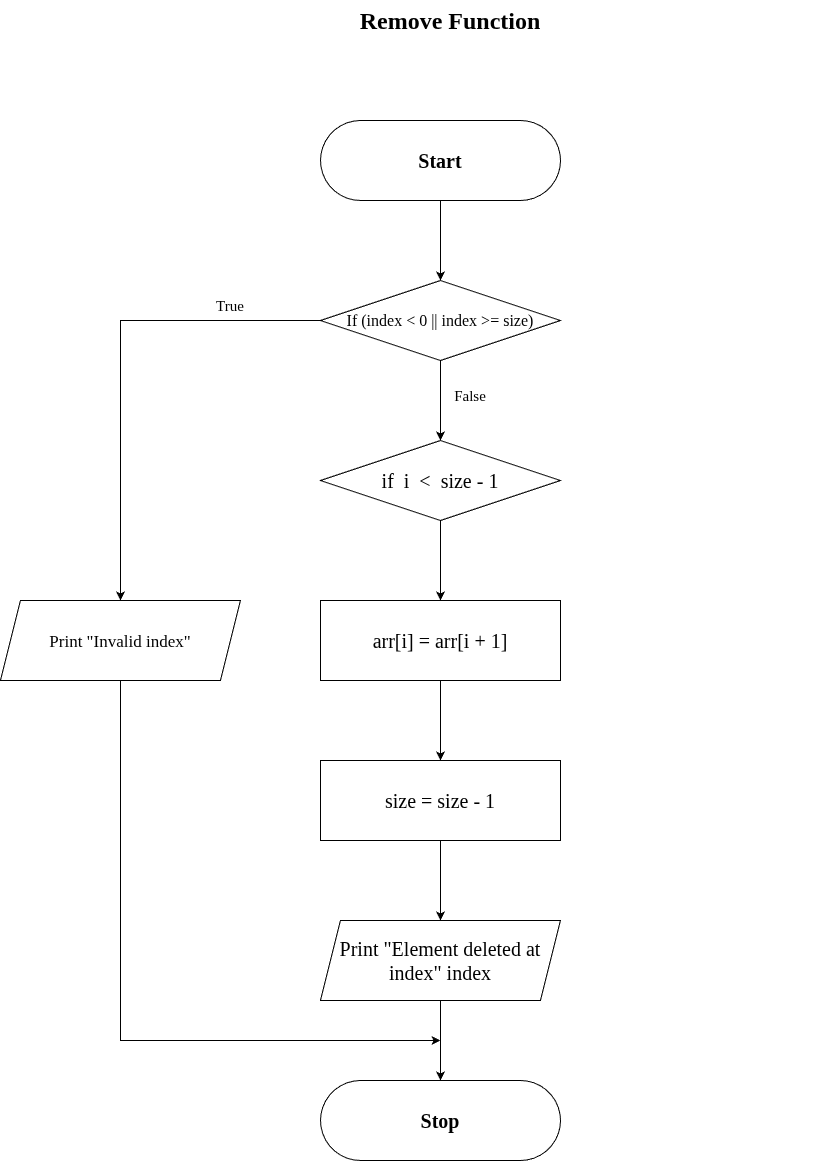
VIGNESHWAR2058/Record-3-and-4 keeps this draw.io diagram as ImplementArray/FlowchartForFunctions/FlowchartRemoveFn.drawio.png. Above is the earlier version. Source tidied: cells renumbered, new cells last; positions are measured from the earlier drawing's top-left corner, leaving out a move shared by most shapes.
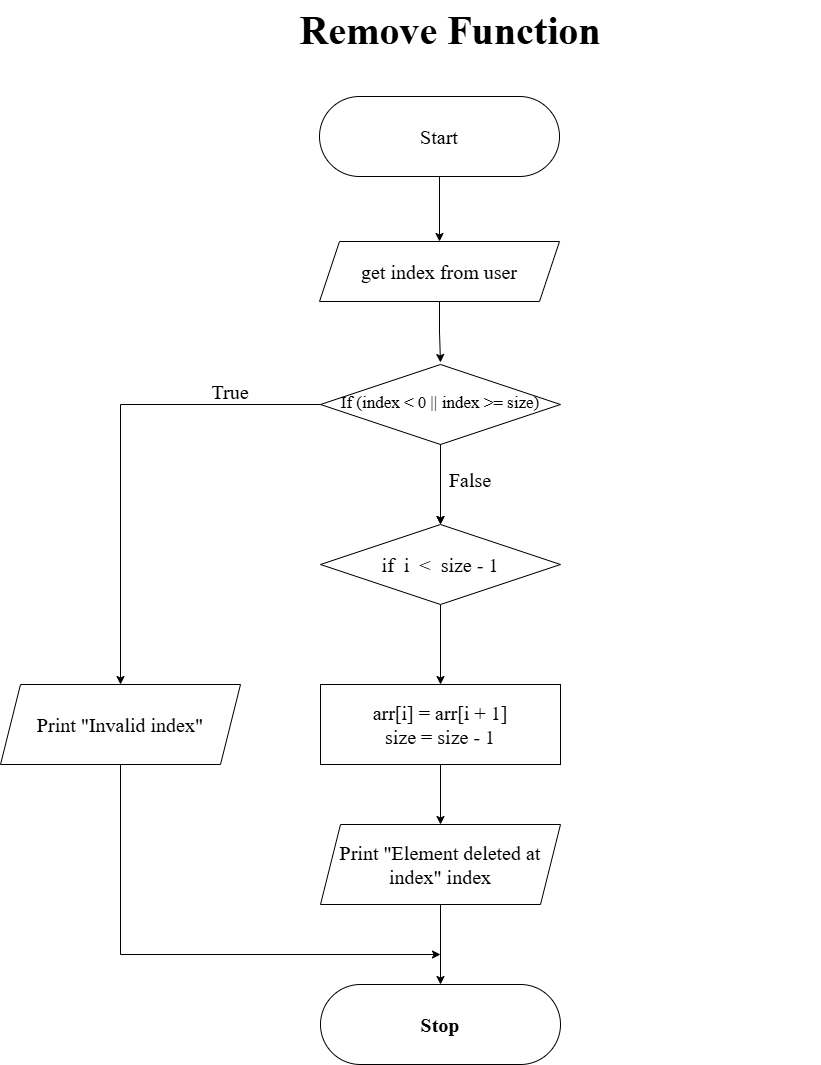
After the commit.

The edit, as a diff of the source:
```diff
@@ -2,95 +2,94 @@
   <root>
     <mxCell id="0" />
     <mxCell id="1" parent="0" />
-    <mxCell id="2" value="&lt;h1 style=&quot;margin-top: 0px;&quot;&gt;Remove Function&lt;/h1&gt;" style="text;html=1;whiteSpace=wrap;overflow=hidden;rounded=0;align=center;fontFamily=Times New Roman;" parent="1" vertex="1">
-      <mxGeometry x="80" width="740" height="60" as="geometry" />
+    <mxCell id="2" value="&lt;h1 style=&quot;margin-top: 0px;&quot;&gt;Remove Function&lt;/h1&gt;" style="text;html=1;whiteSpace=wrap;overflow=hidden;rounded=0;align=center;fontFamily=Times New Roman;fontSize=20;" parent="1" vertex="1">
+      <mxGeometry x="80" y="-11" width="740" height="60" as="geometry" />
     </mxCell>
+    <mxCell id="29" style="edgeStyle=orthogonalEdgeStyle;rounded=0;jettySize=auto;html=1;" parent="1" edge="1" source="3" target="33">
+      <mxGeometry relative="1" as="geometry" />
+    </mxCell>
-    <mxCell id="3" style="rounded=1;whiteSpace=wrap;html=1;arcSize=50;fontFamily=Times New Roman;" parent="1" vertex="1">
-      <mxGeometry x="320" y="120" width="240" height="80" as="geometry" />
+    <mxCell id="3" value="Start" style="rounded=1;whiteSpace=wrap;html=1;arcSize=50;fontFamily=Times New Roman;fontSize=20;" parent="1" vertex="1">
+      <mxGeometry x="319" y="85" width="240" height="80" as="geometry" />
     </mxCell>
-    <mxCell id="4" style="edgeStyle=orthogonalEdgeStyle;rounded=0;jettySize=auto;html=1;fontFamily=Times New Roman;" parent="1" edge="1" source="5" target="9">
-      <mxGeometry relative="1" as="geometry" />
-    </mxCell>
-    <mxCell id="5" value="&lt;b&gt;Start&lt;/b&gt;" style="text;html=1;whiteSpace=wrap;strokeColor=none;fillColor=none;align=center;verticalAlign=middle;rounded=0;fontSize=20;fontFamily=Times New Roman;" parent="1" vertex="1">
-      <mxGeometry x="320" y="120" width="240" height="80" as="geometry" />
-    </mxCell>
-    <mxCell id="6" style="rhombus;whiteSpace=wrap;html=1;fontFamily=Times New Roman;" parent="1" vertex="1">
-      <mxGeometry x="320" y="280" width="240" height="80" as="geometry" />
+    <mxCell id="6" style="rhombus;whiteSpace=wrap;html=1;fontFamily=Times New Roman;fontSize=20;" parent="1" vertex="1">
+      <mxGeometry x="320" y="353" width="240" height="80" as="geometry" />
     </mxCell>
-    <mxCell id="7" style="edgeStyle=orthogonalEdgeStyle;rounded=0;jettySize=auto;html=1;fontFamily=Times New Roman;" parent="1" edge="1" source="9">
+    <mxCell id="7" style="edgeStyle=orthogonalEdgeStyle;rounded=0;orthogonalLoop=1;jettySize=auto;html=1;fontFamily=Times New Roman;fontSize=20;" parent="1" edge="1">
       <mxGeometry relative="1" as="geometry">
-        <mxPoint x="440" y="440" as="targetPoint" />
+        <mxPoint x="440" y="433" as="sourcePoint" />
+        <mxPoint x="440" y="513" as="targetPoint" />
       </mxGeometry>
     </mxCell>
-    <mxCell id="8" style="edgeStyle=orthogonalEdgeStyle;rounded=0;jettySize=auto;html=1;exitX=0;exitY=0.5;exitDx=0;exitDy=0;entryX=0.5;entryY=0;entryDx=0;entryDy=0;fontFamily=Times New Roman;" parent="1" edge="1" source="9" target="15">
-      <mxGeometry relative="1" as="geometry" />
+    <mxCell id="8" style="edgeStyle=orthogonalEdgeStyle;rounded=0;orthogonalLoop=1;jettySize=auto;html=1;exitX=0;exitY=0.5;exitDx=0;exitDy=0;entryX=0.5;entryY=0;entryDx=0;entryDy=0;fontFamily=Times New Roman;fontSize=20;" parent="1" edge="1">
+      <mxGeometry relative="1" as="geometry">
+        <mxPoint x="320" y="393" as="sourcePoint" />
+        <mxPoint x="120" y="673" as="targetPoint" />
+      </mxGeometry>
     </mxCell>
-    <mxCell id="9" value="&lt;font&gt;If (index &amp;lt; 0 || index &amp;gt;= size)&lt;/font&gt;" style="text;html=1;whiteSpace=wrap;strokeColor=none;fillColor=none;align=center;verticalAlign=middle;rounded=0;fontSize=16;fontFamily=Times New Roman;" parent="1" vertex="1">
-      <mxGeometry x="320" y="280" width="240" height="80" as="geometry" />
+    <mxCell id="9" value="&lt;font&gt;If (index &amp;lt; 0 || index &amp;gt;= size)&lt;/font&gt;" style="text;html=1;whiteSpace=wrap;strokeColor=none;fillColor=none;align=center;verticalAlign=middle;rounded=0;fontSize=17;fontFamily=Times New Roman;" parent="1" vertex="1">
+      <mxGeometry x="320" y="351" width="240" height="82" as="geometry" />
     </mxCell>
-    <mxCell id="10" style="rounded=1;whiteSpace=wrap;html=1;arcSize=50;fontFamily=Times New Roman;" parent="1" vertex="1">
-      <mxGeometry x="320" y="1080" width="240" height="80" as="geometry" />
+    <mxCell id="10" style="rounded=1;whiteSpace=wrap;html=1;arcSize=50;fontFamily=Times New Roman;fontSize=20;" parent="1" vertex="1">
+      <mxGeometry x="320" y="973" width="240" height="80" as="geometry" />
     </mxCell>
     <mxCell id="11" value="&lt;b&gt;Stop&lt;/b&gt;" style="text;html=1;whiteSpace=wrap;strokeColor=none;fillColor=none;align=center;verticalAlign=middle;rounded=0;fontSize=20;fontFamily=Times New Roman;" parent="1" vertex="1">
-      <mxGeometry x="320" y="1080" width="240" height="80" as="geometry" />
+      <mxGeometry x="320" y="973" width="240" height="80" as="geometry" />
     </mxCell>
-    <mxCell id="12" style="edgeStyle=orthogonalEdgeStyle;rounded=0;jettySize=auto;html=1;fontFamily=Times New Roman;" parent="1" edge="1" target="19">
+    <mxCell id="12" style="edgeStyle=orthogonalEdgeStyle;rounded=0;jettySize=auto;html=1;fontFamily=Times New Roman;fontSize=20;" parent="1" edge="1" target="19">
       <mxGeometry relative="1" as="geometry">
-        <mxPoint x="440" y="360" as="sourcePoint" />
+        <mxPoint x="440" y="433" as="sourcePoint" />
       </mxGeometry>
     </mxCell>
-    <mxCell id="13" style="shape=parallelogram;perimeter=parallelogramPerimeter;whiteSpace=wrap;html=1;fixedSize=1;fontFamily=Times New Roman;" parent="1" vertex="1">
-      <mxGeometry y="600" width="240" height="80" as="geometry" />
+    <mxCell id="13" style="shape=parallelogram;perimeter=parallelogramPerimeter;whiteSpace=wrap;html=1;fixedSize=1;fontFamily=Times New Roman;fontSize=20;" parent="1" vertex="1">
+      <mxGeometry y="673" width="240" height="80" as="geometry" />
     </mxCell>
-    <mxCell id="14" style="edgeStyle=orthogonalEdgeStyle;rounded=0;jettySize=auto;html=1;exitX=0.5;exitY=1;exitDx=0;exitDy=0;fontFamily=Times New Roman;" parent="1" edge="1" source="15">
-      <mxGeometry relative="1" as="geometry">
-        <mxPoint x="440" y="1040" as="targetPoint" />
-        <Array as="points">
-          <mxPoint x="120" y="1040" />
-        </Array>
-      </mxGeometry>
-    </mxCell>
+    <mxCell id="30" style="edgeStyle=orthogonalEdgeStyle;rounded=0;orthogonalLoop=1;jettySize=auto;html=1;fontFamily=Times New Roman;fontSize=20;" parent="1" edge="1">
+      <mxGeometry relative="1" as="geometry">
+        <mxPoint x="120" y="753" as="sourcePoint" />
+        <mxPoint x="440" y="943" as="targetPoint" />
+        <Array as="points">
+          <mxPoint x="120" y="943" />
+        </Array>
+      </mxGeometry>
+    </mxCell>
-    <mxCell id="15" value="&lt;font style=&quot;font-size: 17px;&quot;&gt;Print &quot;Invalid index&quot;&lt;/font&gt;" style="text;html=1;whiteSpace=wrap;strokeColor=none;fillColor=none;align=center;verticalAlign=middle;rounded=0;fontSize=20;fontFamily=Times New Roman;" parent="1" vertex="1">
-      <mxGeometry y="600" width="240" height="80" as="geometry" />
+    <mxCell id="15" value="&lt;font&gt;Print &quot;Invalid index&quot;&lt;/font&gt;" style="text;html=1;whiteSpace=wrap;strokeColor=none;fillColor=none;align=center;verticalAlign=middle;rounded=0;fontSize=20;fontFamily=Times New Roman;" parent="1" vertex="1">
+      <mxGeometry y="673" width="240" height="80" as="geometry" />
     </mxCell>
-    <mxCell id="16" value="True" style="text;html=1;whiteSpace=wrap;strokeColor=none;fillColor=none;align=center;verticalAlign=middle;rounded=0;fontSize=15;fontFamily=Times New Roman;" parent="1" vertex="1">
-      <mxGeometry x="200" y="290" width="60" height="30" as="geometry" />
+    <mxCell id="16" value="True" style="text;html=1;whiteSpace=wrap;strokeColor=none;fillColor=none;align=center;verticalAlign=middle;rounded=0;fontSize=20;fontFamily=Times New Roman;" parent="1" vertex="1">
+      <mxGeometry x="200" y="365" width="60" height="30" as="geometry" />
     </mxCell>
-    <mxCell id="17" value="False" style="text;html=1;whiteSpace=wrap;strokeColor=none;fillColor=none;align=center;verticalAlign=middle;rounded=0;fontSize=15;fontFamily=Times New Roman;" parent="1" vertex="1">
-      <mxGeometry x="440" y="380" width="60" height="30" as="geometry" />
+    <mxCell id="17" value="False" style="text;html=1;whiteSpace=wrap;strokeColor=none;fillColor=none;align=center;verticalAlign=middle;rounded=0;fontSize=20;fontFamily=Times New Roman;" parent="1" vertex="1">
+      <mxGeometry x="440" y="453" width="60" height="30" as="geometry" />
     </mxCell>
-    <mxCell id="18" style="edgeStyle=orthogonalEdgeStyle;rounded=0;jettySize=auto;html=1;fontFamily=Times New Roman;" parent="1" edge="1" source="19" target="22">
+    <mxCell id="18" style="edgeStyle=orthogonalEdgeStyle;rounded=0;jettySize=auto;html=1;fontFamily=Times New Roman;fontSize=20;" parent="1" edge="1" source="19" target="22">
       <mxGeometry relative="1" as="geometry" />
     </mxCell>
-    <mxCell id="19" value="&lt;font style=&quot;font-size: 20px;&quot;&gt;if&amp;nbsp;&amp;nbsp;i&amp;nbsp; &amp;lt;&amp;nbsp; size - 1&lt;/font&gt;" style="rhombus;whiteSpace=wrap;html=1;fontFamily=Times New Roman;" parent="1" vertex="1">
-      <mxGeometry x="320" y="440" width="240" height="80" as="geometry" />
+    <mxCell id="19" value="&lt;font&gt;if&amp;nbsp;&amp;nbsp;i&amp;nbsp; &amp;lt;&amp;nbsp; size - 1&lt;/font&gt;" style="rhombus;whiteSpace=wrap;html=1;fontFamily=Times New Roman;fontSize=20;" parent="1" vertex="1">
+      <mxGeometry x="320" y="513" width="240" height="80" as="geometry" />
     </mxCell>
-    <mxCell id="20" style="rounded=0;whiteSpace=wrap;html=1;fontFamily=Times New Roman;" parent="1" vertex="1">
-      <mxGeometry x="320" y="600" width="240" height="80" as="geometry" />
+    <mxCell id="20" style="rounded=0;whiteSpace=wrap;html=1;fontFamily=Times New Roman;fontSize=20;" parent="1" vertex="1">
+      <mxGeometry x="320" y="673" width="240" height="80" as="geometry" />
     </mxCell>
-    <mxCell id="21" style="edgeStyle=orthogonalEdgeStyle;rounded=0;jettySize=auto;html=1;fontFamily=Times New Roman;" parent="1" edge="1" source="22" target="25">
-      <mxGeometry relative="1" as="geometry" />
-    </mxCell>
+    <mxCell id="31" style="edgeStyle=orthogonalEdgeStyle;rounded=0;jettySize=auto;html=1;fontFamily=Times New Roman;fontSize=20;" parent="1" edge="1" source="22" target="28">
+      <mxGeometry relative="1" as="geometry" />
+    </mxCell>
-    <mxCell id="22" value="arr[i] = arr[i + 1]" style="text;html=1;whiteSpace=wrap;strokeColor=none;fillColor=none;align=center;verticalAlign=middle;rounded=0;fontSize=20;fontFamily=Times New Roman;" parent="1" vertex="1">
-      <mxGeometry x="320" y="600" width="240" height="80" as="geometry" />
+    <mxCell id="22" value="arr[i] = arr[i + 1]&lt;br&gt;size = size - 1" style="text;html=1;whiteSpace=wrap;strokeColor=none;fillColor=none;align=center;verticalAlign=middle;rounded=0;fontSize=20;fontFamily=Times New Roman;" parent="1" vertex="1">
+      <mxGeometry x="320" y="673" width="240" height="80" as="geometry" />
     </mxCell>
-    <mxCell id="23" style="rounded=0;whiteSpace=wrap;html=1;fontFamily=Times New Roman;" parent="1" vertex="1">
-      <mxGeometry x="320" y="760" width="240" height="80" as="geometry" />
-    </mxCell>
-    <mxCell id="24" style="edgeStyle=orthogonalEdgeStyle;rounded=0;jettySize=auto;html=1;fontFamily=Times New Roman;" parent="1" edge="1" source="25" target="28">
-      <mxGeometry relative="1" as="geometry" />
-    </mxCell>
-    <mxCell id="25" value="size = size - 1" style="text;html=1;whiteSpace=wrap;strokeColor=none;fillColor=none;align=center;verticalAlign=middle;rounded=0;fontSize=20;fontFamily=Times New Roman;" parent="1" vertex="1">
-      <mxGeometry x="320" y="760" width="240" height="80" as="geometry" />
-    </mxCell>
-    <mxCell id="26" style="shape=parallelogram;perimeter=parallelogramPerimeter;whiteSpace=wrap;html=1;fixedSize=1;fontFamily=Times New Roman;" parent="1" vertex="1">
-      <mxGeometry x="320" y="920" width="240" height="80" as="geometry" />
+    <mxCell id="26" style="shape=parallelogram;perimeter=parallelogramPerimeter;whiteSpace=wrap;html=1;fixedSize=1;fontFamily=Times New Roman;fontSize=20;" parent="1" vertex="1">
+      <mxGeometry x="320" y="813" width="240" height="80" as="geometry" />
     </mxCell>
-    <mxCell id="27" style="edgeStyle=orthogonalEdgeStyle;rounded=0;jettySize=auto;html=1;exitX=0.5;exitY=1;exitDx=0;exitDy=0;entryX=0.5;entryY=0;entryDx=0;entryDy=0;fontFamily=Times New Roman;" parent="1" edge="1" source="28" target="11">
+    <mxCell id="27" style="edgeStyle=orthogonalEdgeStyle;rounded=0;jettySize=auto;html=1;exitX=0.5;exitY=1;exitDx=0;exitDy=0;entryX=0.5;entryY=0;entryDx=0;entryDy=0;fontFamily=Times New Roman;fontSize=20;" parent="1" edge="1" source="28" target="11">
       <mxGeometry relative="1" as="geometry" />
     </mxCell>
     <mxCell id="28" value="&lt;font&gt;Print &quot;Element deleted at index&quot; index&lt;/font&gt;" style="text;html=1;whiteSpace=wrap;strokeColor=none;fillColor=none;align=center;verticalAlign=middle;rounded=0;fontSize=20;fontFamily=Times New Roman;" parent="1" vertex="1">
-      <mxGeometry x="320" y="920" width="240" height="80" as="geometry" />
+      <mxGeometry x="320" y="813" width="240" height="80" as="geometry" />
     </mxCell>
+    <mxCell id="32" style="edgeStyle=orthogonalEdgeStyle;rounded=0;jettySize=auto;html=1;" parent="1" edge="1" source="33" target="9">
+      <mxGeometry relative="1" as="geometry" />
+    </mxCell>
+    <mxCell id="33" value="get index from user" style="shape=parallelogram;perimeter=parallelogramPerimeter;whiteSpace=wrap;html=1;fixedSize=1;fontFamily=Times New Roman;fontSize=20;" parent="1" vertex="1">
+      <mxGeometry x="319" y="230" width="240" height="60" as="geometry" />
+    </mxCell>
   </root>
 </mxGraphModel>
```
